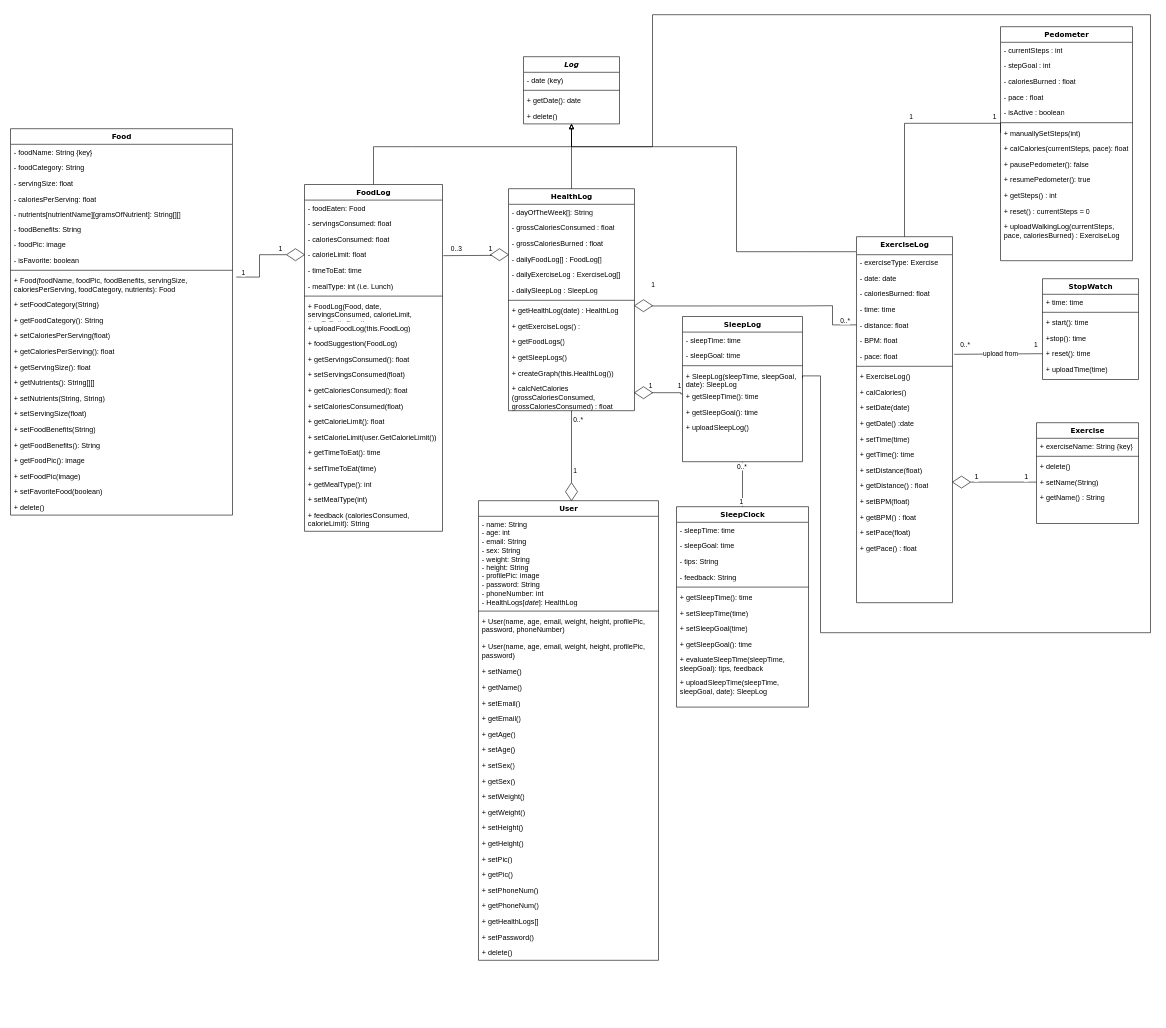
The draw.io diagram Health App Class Diagram.drawio in Esaied19/Team-Albatross, before the edit. Source tidied: cells renumbered, new cells numbered last; positions are measured from the earlier drawing's top-left corner, leaving out a move shared by most shapes. Both pictures are drawn from the tidied source at 60%, with x=0, y=0 at pixel (10, 14).
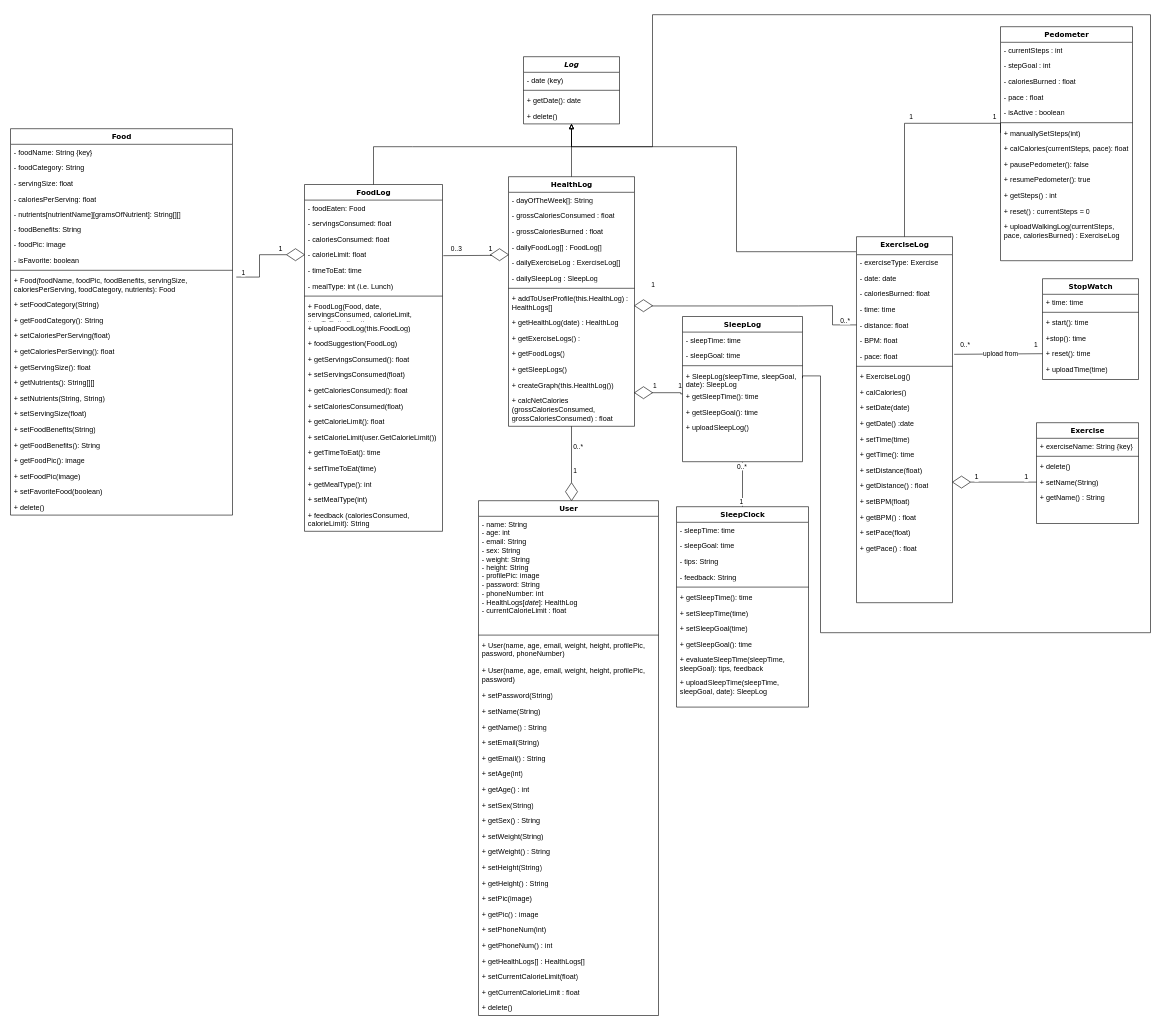
Above is the later version.

The edit, as a diff of the source:
```diff
@@
     <mxCell id="2" value="User" style="swimlane;html=1;fontStyle=1;align=center;verticalAlign=top;horizontal=1;startSize=26;swimlaneFillColor=#ffffff;rounded=0;shadow=0;comic=0;labelBackgroundColor=none;strokeWidth=1;fillColor=none;fontFamily=Verdana;fontSize=12;strokeColor=default;fontColor=default;" parent="1" vertex="1">
-      <mxGeometry x="780" y="810" width="300" height="766" as="geometry" />
+      <mxGeometry x="780" y="810" width="300" height="858" as="geometry" />
     </mxCell>
-    <mxCell id="3" value="&lt;div&gt;- name: String&lt;br&gt;&lt;/div&gt;&lt;div&gt;- age: int&lt;/div&gt;&lt;div&gt;- email: String&lt;/div&gt;&lt;div&gt;- sex: String&lt;/div&gt;&lt;div&gt;- weight: String&lt;/div&gt;&lt;div&gt;- height: String&lt;/div&gt;&lt;div&gt;- profilePic: image&lt;br&gt;&lt;/div&gt;&lt;div&gt;- password: String&lt;/div&gt;&lt;div&gt;- phoneNumber: int&lt;br&gt;&lt;/div&gt;&lt;div&gt;- HealthLogs[&lt;i&gt;date&lt;/i&gt;]: HealthLog &lt;br&gt;&lt;/div&gt;" style="text;html=1;strokeColor=none;fillColor=none;align=left;verticalAlign=top;spacingLeft=4;spacingRight=4;whiteSpace=wrap;overflow=hidden;fontColor=default;" parent="2" vertex="1">
-      <mxGeometry y="26" width="300" height="154" as="geometry" />
+    <mxCell id="3" value="&lt;div&gt;- name: String&lt;br&gt;&lt;/div&gt;&lt;div&gt;- age: int&lt;/div&gt;&lt;div&gt;- email: String&lt;/div&gt;&lt;div&gt;- sex: String&lt;/div&gt;&lt;div&gt;- weight: String&lt;/div&gt;&lt;div&gt;- height: String&lt;/div&gt;&lt;div&gt;- profilePic: image&lt;br&gt;&lt;/div&gt;&lt;div&gt;- password: String&lt;/div&gt;&lt;div&gt;- phoneNumber: int&lt;br&gt;&lt;/div&gt;&lt;div&gt;- HealthLogs[&lt;i&gt;date&lt;/i&gt;]: HealthLog &lt;br&gt;&lt;/div&gt;&lt;div&gt;- currentCalorieLimit : float&lt;br&gt;&lt;/div&gt;" style="text;html=1;strokeColor=none;fillColor=none;align=left;verticalAlign=top;spacingLeft=4;spacingRight=4;whiteSpace=wrap;overflow=hidden;fontColor=default;" parent="2" vertex="1">
+      <mxGeometry y="26" width="300" height="194" as="geometry" />
     </mxCell>
     <mxCell id="4" style="line;html=1;strokeWidth=1;fillColor=none;align=left;verticalAlign=middle;spacingTop=-1;spacingLeft=3;spacingRight=3;labelPosition=right;strokeColor=default;labelBackgroundColor=default;fontColor=default;" parent="2" vertex="1">
-      <mxGeometry y="180" width="300" height="8" as="geometry" />
+      <mxGeometry y="220" width="300" height="8" as="geometry" />
     </mxCell>
     <mxCell id="5" value="+ User(name, age, email, weight, height, profilePic, password, phoneNumber)" style="text;html=1;strokeColor=none;fillColor=none;align=left;verticalAlign=top;spacingLeft=4;spacingRight=4;whiteSpace=wrap;overflow=hidden;fontColor=default;" parent="2" vertex="1">
-      <mxGeometry y="188" width="300" height="42" as="geometry" />
+      <mxGeometry y="228" width="300" height="42" as="geometry" />
     </mxCell>
     <mxCell id="6" value="+ User(name, age, email, weight, height, profilePic, password)" style="text;html=1;strokeColor=none;fillColor=none;align=left;verticalAlign=top;spacingLeft=4;spacingRight=4;whiteSpace=wrap;overflow=hidden;fontColor=default;" parent="2" vertex="1">
-      <mxGeometry y="230" width="300" height="42" as="geometry" />
+      <mxGeometry y="270" width="300" height="42" as="geometry" />
     </mxCell>
+    <mxCell id="24" value="+ setPassword(String) " style="text;html=1;strokeColor=none;fillColor=none;align=left;verticalAlign=top;spacingLeft=4;spacingRight=4;whiteSpace=wrap;overflow=hidden;fontColor=default;" parent="2" vertex="1">
+      <mxGeometry y="312" width="300" height="26" as="geometry" />
+    </mxCell>
-    <mxCell id="7" value="+ setName()&lt;span style=&quot;white-space: pre&quot;&gt; &lt;/span&gt;" style="text;html=1;strokeColor=none;fillColor=none;align=left;verticalAlign=top;spacingLeft=4;spacingRight=4;whiteSpace=wrap;overflow=hidden;fontColor=default;" parent="2" vertex="1">
-      <mxGeometry y="272" width="300" height="26" as="geometry" />
+    <mxCell id="7" value="+ setName(String)&lt;span style=&quot;white-space: pre&quot;&gt; &lt;/span&gt;" style="text;html=1;strokeColor=none;fillColor=none;align=left;verticalAlign=top;spacingLeft=4;spacingRight=4;whiteSpace=wrap;overflow=hidden;fontColor=default;" parent="2" vertex="1">
+      <mxGeometry y="338" width="300" height="26" as="geometry" />
     </mxCell>
-    <mxCell id="8" value="+ getName()&lt;span style=&quot;white-space: pre&quot;&gt; &lt;/span&gt;" style="text;html=1;strokeColor=none;fillColor=none;align=left;verticalAlign=top;spacingLeft=4;spacingRight=4;whiteSpace=wrap;overflow=hidden;fontColor=default;" parent="2" vertex="1">
-      <mxGeometry y="298" width="300" height="26" as="geometry" />
+    <mxCell id="8" value="+ getName()&lt;span style=&quot;white-space: pre&quot;&gt; &lt;/span&gt;: String" style="text;html=1;strokeColor=none;fillColor=none;align=left;verticalAlign=top;spacingLeft=4;spacingRight=4;whiteSpace=wrap;overflow=hidden;fontColor=default;" parent="2" vertex="1">
+      <mxGeometry y="364" width="300" height="26" as="geometry" />
     </mxCell>
-    <mxCell id="9" value="+ setEmail()" style="text;html=1;strokeColor=none;fillColor=none;align=left;verticalAlign=top;spacingLeft=4;spacingRight=4;whiteSpace=wrap;overflow=hidden;fontColor=default;" parent="2" vertex="1">
-      <mxGeometry y="324" width="300" height="26" as="geometry" />
+    <mxCell id="9" value="+ setEmail(String)" style="text;html=1;strokeColor=none;fillColor=none;align=left;verticalAlign=top;spacingLeft=4;spacingRight=4;whiteSpace=wrap;overflow=hidden;fontColor=default;" parent="2" vertex="1">
+      <mxGeometry y="390" width="300" height="26" as="geometry" />
     </mxCell>
-    <mxCell id="10" value="+ getEmail()" style="text;html=1;strokeColor=none;fillColor=none;align=left;verticalAlign=top;spacingLeft=4;spacingRight=4;whiteSpace=wrap;overflow=hidden;fontColor=default;" parent="2" vertex="1">
-      <mxGeometry y="350" width="300" height="26" as="geometry" />
+    <mxCell id="10" value="+ getEmail() : String" style="text;html=1;strokeColor=none;fillColor=none;align=left;verticalAlign=top;spacingLeft=4;spacingRight=4;whiteSpace=wrap;overflow=hidden;fontColor=default;" parent="2" vertex="1">
+      <mxGeometry y="416" width="300" height="26" as="geometry" />
     </mxCell>
+    <mxCell id="12" value="+ setAge(int)" style="text;html=1;strokeColor=none;fillColor=none;align=left;verticalAlign=top;spacingLeft=4;spacingRight=4;whiteSpace=wrap;overflow=hidden;fontColor=default;" parent="2" vertex="1">
+      <mxGeometry y="442" width="300" height="26" as="geometry" />
+    </mxCell>
-    <mxCell id="11" value="+ getAge()" style="text;html=1;strokeColor=none;fillColor=none;align=left;verticalAlign=top;spacingLeft=4;spacingRight=4;whiteSpace=wrap;overflow=hidden;fontColor=default;" parent="2" vertex="1">
-      <mxGeometry y="376" width="300" height="26" as="geometry" />
+    <mxCell id="11" value="+ getAge() : int" style="text;html=1;strokeColor=none;fillColor=none;align=left;verticalAlign=top;spacingLeft=4;spacingRight=4;whiteSpace=wrap;overflow=hidden;fontColor=default;" parent="2" vertex="1">
+      <mxGeometry y="468" width="300" height="26" as="geometry" />
     </mxCell>
-    <mxCell id="12" value="+ setAge()" style="text;html=1;strokeColor=none;fillColor=none;align=left;verticalAlign=top;spacingLeft=4;spacingRight=4;whiteSpace=wrap;overflow=hidden;fontColor=default;" parent="2" vertex="1">
-      <mxGeometry y="402" width="300" height="26" as="geometry" />
-    </mxCell>
-    <mxCell id="13" value="+ setSex()" style="text;html=1;strokeColor=none;fillColor=none;align=left;verticalAlign=top;spacingLeft=4;spacingRight=4;whiteSpace=wrap;overflow=hidden;fontColor=default;" parent="2" vertex="1">
-      <mxGeometry y="428" width="300" height="26" as="geometry" />
+    <mxCell id="13" value="+ setSex(String)" style="text;html=1;strokeColor=none;fillColor=none;align=left;verticalAlign=top;spacingLeft=4;spacingRight=4;whiteSpace=wrap;overflow=hidden;fontColor=default;" parent="2" vertex="1">
+      <mxGeometry y="494" width="300" height="26" as="geometry" />
     </mxCell>
-    <mxCell id="14" value="+ getSex()" style="text;html=1;strokeColor=none;fillColor=none;align=left;verticalAlign=top;spacingLeft=4;spacingRight=4;whiteSpace=wrap;overflow=hidden;fontColor=default;" parent="2" vertex="1">
-      <mxGeometry y="454" width="300" height="26" as="geometry" />
+    <mxCell id="14" value="+ getSex() : String" style="text;html=1;strokeColor=none;fillColor=none;align=left;verticalAlign=top;spacingLeft=4;spacingRight=4;whiteSpace=wrap;overflow=hidden;fontColor=default;" parent="2" vertex="1">
+      <mxGeometry y="520" width="300" height="26" as="geometry" />
     </mxCell>
-    <mxCell id="15" value="+ setWeight()" style="text;html=1;strokeColor=none;fillColor=none;align=left;verticalAlign=top;spacingLeft=4;spacingRight=4;whiteSpace=wrap;overflow=hidden;fontColor=default;" parent="2" vertex="1">
-      <mxGeometry y="480" width="300" height="26" as="geometry" />
+    <mxCell id="15" value="+ setWeight(String)" style="text;html=1;strokeColor=none;fillColor=none;align=left;verticalAlign=top;spacingLeft=4;spacingRight=4;whiteSpace=wrap;overflow=hidden;fontColor=default;" parent="2" vertex="1">
+      <mxGeometry y="546" width="300" height="26" as="geometry" />
     </mxCell>
-    <mxCell id="16" value="+ getWeight()" style="text;html=1;strokeColor=none;fillColor=none;align=left;verticalAlign=top;spacingLeft=4;spacingRight=4;whiteSpace=wrap;overflow=hidden;fontColor=default;" parent="2" vertex="1">
-      <mxGeometry y="506" width="300" height="26" as="geometry" />
+    <mxCell id="16" value="+ getWeight() : String" style="text;html=1;strokeColor=none;fillColor=none;align=left;verticalAlign=top;spacingLeft=4;spacingRight=4;whiteSpace=wrap;overflow=hidden;fontColor=default;" parent="2" vertex="1">
+      <mxGeometry y="572" width="300" height="26" as="geometry" />
     </mxCell>
-    <mxCell id="17" value="+ setHeight()" style="text;html=1;strokeColor=none;fillColor=none;align=left;verticalAlign=top;spacingLeft=4;spacingRight=4;whiteSpace=wrap;overflow=hidden;fontColor=default;" parent="2" vertex="1">
-      <mxGeometry y="532" width="300" height="26" as="geometry" />
+    <mxCell id="17" value="+ setHeight(String)" style="text;html=1;strokeColor=none;fillColor=none;align=left;verticalAlign=top;spacingLeft=4;spacingRight=4;whiteSpace=wrap;overflow=hidden;fontColor=default;" parent="2" vertex="1">
+      <mxGeometry y="598" width="300" height="26" as="geometry" />
     </mxCell>
-    <mxCell id="18" value="+ getHeight()" style="text;html=1;strokeColor=none;fillColor=none;align=left;verticalAlign=top;spacingLeft=4;spacingRight=4;whiteSpace=wrap;overflow=hidden;fontColor=default;" parent="2" vertex="1">
-      <mxGeometry y="558" width="300" height="26" as="geometry" />
+    <mxCell id="18" value="+ getHeight() : String" style="text;html=1;strokeColor=none;fillColor=none;align=left;verticalAlign=top;spacingLeft=4;spacingRight=4;whiteSpace=wrap;overflow=hidden;fontColor=default;" parent="2" vertex="1">
+      <mxGeometry y="624" width="300" height="26" as="geometry" />
     </mxCell>
-    <mxCell id="19" value="+ setPic()" style="text;html=1;strokeColor=none;fillColor=none;align=left;verticalAlign=top;spacingLeft=4;spacingRight=4;whiteSpace=wrap;overflow=hidden;fontColor=default;" parent="2" vertex="1">
-      <mxGeometry y="584" width="300" height="26" as="geometry" />
+    <mxCell id="19" value="+ setPic(image)" style="text;html=1;strokeColor=none;fillColor=none;align=left;verticalAlign=top;spacingLeft=4;spacingRight=4;whiteSpace=wrap;overflow=hidden;fontColor=default;" parent="2" vertex="1">
+      <mxGeometry y="650" width="300" height="26" as="geometry" />
     </mxCell>
-    <mxCell id="20" value="+ getPic()" style="text;html=1;strokeColor=none;fillColor=none;align=left;verticalAlign=top;spacingLeft=4;spacingRight=4;whiteSpace=wrap;overflow=hidden;fontColor=default;" parent="2" vertex="1">
-      <mxGeometry y="610" width="300" height="26" as="geometry" />
+    <mxCell id="20" value="+ getPic() : image" style="text;html=1;strokeColor=none;fillColor=none;align=left;verticalAlign=top;spacingLeft=4;spacingRight=4;whiteSpace=wrap;overflow=hidden;fontColor=default;" parent="2" vertex="1">
+      <mxGeometry y="676" width="300" height="26" as="geometry" />
     </mxCell>
-    <mxCell id="21" value="+ setPhoneNum()" style="text;html=1;strokeColor=none;fillColor=none;align=left;verticalAlign=top;spacingLeft=4;spacingRight=4;whiteSpace=wrap;overflow=hidden;fontColor=default;" parent="2" vertex="1">
-      <mxGeometry y="636" width="300" height="26" as="geometry" />
+    <mxCell id="21" value="+ setPhoneNum(int)" style="text;html=1;strokeColor=none;fillColor=none;align=left;verticalAlign=top;spacingLeft=4;spacingRight=4;whiteSpace=wrap;overflow=hidden;fontColor=default;" parent="2" vertex="1">
+      <mxGeometry y="702" width="300" height="26" as="geometry" />
     </mxCell>
-    <mxCell id="22" value="+ getPhoneNum()" style="text;html=1;strokeColor=none;fillColor=none;align=left;verticalAlign=top;spacingLeft=4;spacingRight=4;whiteSpace=wrap;overflow=hidden;fontColor=default;" parent="2" vertex="1">
-      <mxGeometry y="662" width="300" height="26" as="geometry" />
+    <mxCell id="22" value="+ getPhoneNum() : int" style="text;html=1;strokeColor=none;fillColor=none;align=left;verticalAlign=top;spacingLeft=4;spacingRight=4;whiteSpace=wrap;overflow=hidden;fontColor=default;" parent="2" vertex="1">
+      <mxGeometry y="728" width="300" height="26" as="geometry" />
     </mxCell>
-    <mxCell id="23" value="+ getHealthLogs[]" style="text;html=1;strokeColor=none;fillColor=none;align=left;verticalAlign=top;spacingLeft=4;spacingRight=4;whiteSpace=wrap;overflow=hidden;fontColor=default;" parent="2" vertex="1">
-      <mxGeometry y="688" width="300" height="26" as="geometry" />
+    <mxCell id="23" value="+ getHealthLogs[] : HealthLogs[]" style="text;html=1;strokeColor=none;fillColor=none;align=left;verticalAlign=top;spacingLeft=4;spacingRight=4;whiteSpace=wrap;overflow=hidden;fontColor=default;" parent="2" vertex="1">
+      <mxGeometry y="754" width="300" height="26" as="geometry" />
     </mxCell>
-    <mxCell id="24" value="+ setPassword()" style="text;html=1;strokeColor=none;fillColor=none;align=left;verticalAlign=top;spacingLeft=4;spacingRight=4;whiteSpace=wrap;overflow=hidden;fontColor=default;" parent="2" vertex="1">
-      <mxGeometry y="714" width="300" height="26" as="geometry" />
-    </mxCell>
-    <mxCell id="25" value="+ delete()" style="text;html=1;strokeColor=none;fillColor=none;align=left;verticalAlign=top;spacingLeft=4;spacingRight=4;whiteSpace=wrap;overflow=hidden;fontColor=default;" parent="2" vertex="1">
-      <mxGeometry y="740" width="300" height="26" as="geometry" />
+    <mxCell id="25" value="+ setCurrentCalorieLimit(float)" style="text;html=1;strokeColor=none;fillColor=none;align=left;verticalAlign=top;spacingLeft=4;spacingRight=4;whiteSpace=wrap;overflow=hidden;fontColor=default;" parent="2" vertex="1">
+      <mxGeometry y="780" width="300" height="26" as="geometry" />
     </mxCell>
+    <mxCell id="198" value="+ getCurrentCalorieLimit : float" style="text;html=1;strokeColor=none;fillColor=none;align=left;verticalAlign=top;spacingLeft=4;spacingRight=4;whiteSpace=wrap;overflow=hidden;fontColor=default;" parent="2" vertex="1">
+      <mxGeometry y="806" width="300" height="26" as="geometry" />
+    </mxCell>
+    <mxCell id="199" value="+ delete()" style="text;html=1;strokeColor=none;fillColor=none;align=left;verticalAlign=top;spacingLeft=4;spacingRight=4;whiteSpace=wrap;overflow=hidden;fontColor=default;" parent="2" vertex="1">
+      <mxGeometry y="832" width="300" height="26" as="geometry" />
+    </mxCell>
@@
     <mxCell id="132" value="HealthLog" style="swimlane;html=1;fontStyle=1;align=center;verticalAlign=top;horizontal=1;startSize=26;swimlaneFillColor=#ffffff;rounded=0;shadow=0;comic=0;labelBackgroundColor=none;strokeWidth=1;fillColor=none;fontFamily=Verdana;fontSize=12;strokeColor=default;fontColor=default;" parent="1" vertex="1">
-      <mxGeometry x="830" y="290" width="210" height="370" as="geometry" />
+      <mxGeometry x="830" y="270" width="210" height="416" as="geometry" />
     </mxCell>
@@
+    <mxCell id="200" value="+ addToUserProfile(this.HealthLog) : HealthLogs[]" style="text;html=1;strokeColor=none;fillColor=none;align=left;verticalAlign=top;spacingLeft=4;spacingRight=4;whiteSpace=wrap;overflow=hidden;fontColor=default;" parent="132" vertex="1">
+      <mxGeometry y="190" width="210" height="40" as="geometry" />
+    </mxCell>
     <mxCell id="140" value="+ getHealthLog(date) : HealthLog" style="text;html=1;strokeColor=none;fillColor=none;align=left;verticalAlign=top;spacingLeft=4;spacingRight=4;whiteSpace=wrap;overflow=hidden;fontColor=default;" parent="132" vertex="1">
-      <mxGeometry y="190" width="210" height="26" as="geometry" />
+      <mxGeometry y="230" width="210" height="26" as="geometry" />
     </mxCell>
     <mxCell id="141" value="+ getExerciseLogs() : " style="text;html=1;strokeColor=none;fillColor=none;align=left;verticalAlign=top;spacingLeft=4;spacingRight=4;whiteSpace=wrap;overflow=hidden;fontColor=default;" parent="132" vertex="1">
-      <mxGeometry y="216" width="210" height="26" as="geometry" />
+      <mxGeometry y="256" width="210" height="26" as="geometry" />
     </mxCell>
     <mxCell id="142" value="+ getFoodLogs()" style="text;html=1;strokeColor=none;fillColor=none;align=left;verticalAlign=top;spacingLeft=4;spacingRight=4;whiteSpace=wrap;overflow=hidden;fontColor=default;" parent="132" vertex="1">
-      <mxGeometry y="242" width="210" height="26" as="geometry" />
+      <mxGeometry y="282" width="210" height="26" as="geometry" />
     </mxCell>
     <mxCell id="143" value="+ getSleepLogs()" style="text;html=1;strokeColor=none;fillColor=none;align=left;verticalAlign=top;spacingLeft=4;spacingRight=4;whiteSpace=wrap;overflow=hidden;fontColor=default;" parent="132" vertex="1">
-      <mxGeometry y="268" width="210" height="26" as="geometry" />
+      <mxGeometry y="308" width="210" height="26" as="geometry" />
     </mxCell>
     <mxCell id="144" value="+ createGraph(this.HealthLog())" style="text;html=1;strokeColor=none;fillColor=none;align=left;verticalAlign=top;spacingLeft=4;spacingRight=4;whiteSpace=wrap;overflow=hidden;points=[[0,0.5],[1,0.5]];portConstraint=eastwest;" parent="132" vertex="1">
-      <mxGeometry y="294" width="210" height="26" as="geometry" />
+      <mxGeometry y="334" width="210" height="26" as="geometry" />
     </mxCell>
     <mxCell id="145" value="&lt;div&gt;+ calcNetCalories&lt;/div&gt;&lt;div&gt;(grossCaloriesConsumed, grossCaloriesConsumed) : float&lt;/div&gt;" style="text;html=1;strokeColor=none;fillColor=none;align=left;verticalAlign=top;spacingLeft=4;spacingRight=4;whiteSpace=wrap;overflow=hidden;fontColor=default;" parent="132" vertex="1">
-      <mxGeometry y="320" width="210" height="50" as="geometry" />
+      <mxGeometry y="360" width="210" height="50" as="geometry" />
     </mxCell>
@@
     <mxCell id="177" value="0..*" style="edgeLabel;html=1;align=center;verticalAlign=middle;fontColor=default;" parent="1" vertex="1">
-      <mxGeometry x="945" y="675" as="geometry" />
+      <mxGeometry x="945" y="720" as="geometry" />
     </mxCell>
```
